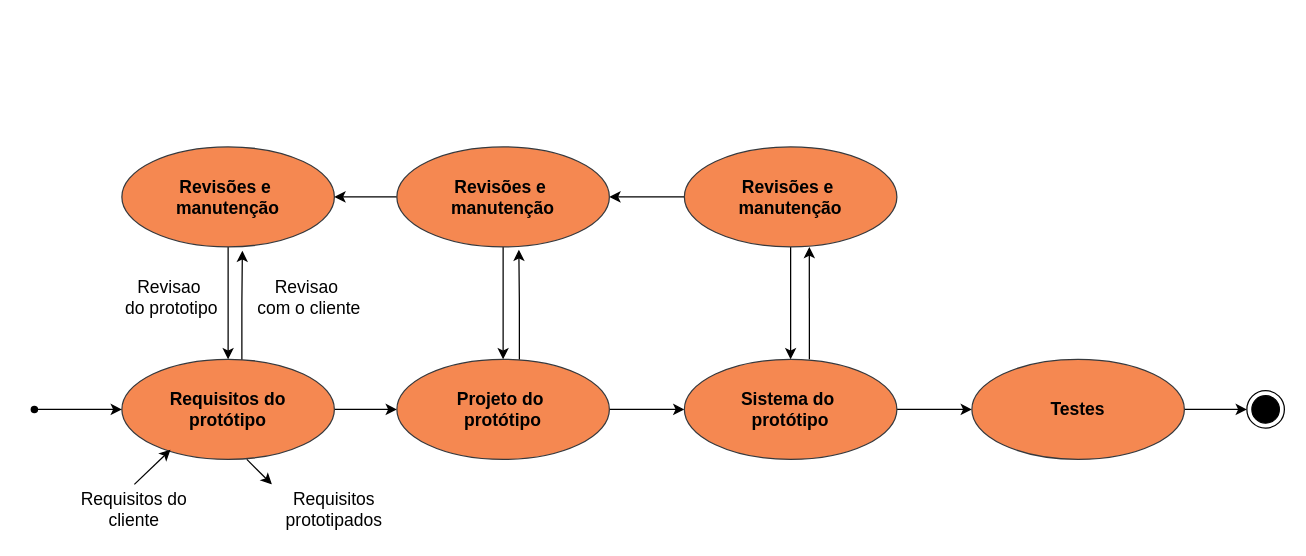
helloisasilva/Processo-de-engenharia-de-software-com-modelos-unificados- keeps this draw.io diagram as page "Subfluxo portotipacao" (4 of 7) of Processo com modelos unificados.drawio. Above is the earlier version. Source tidied: cells renumbered, new cells numbered last; positions are measured from the earlier drawing's top-left corner, leaving out a move shared by most shapes. Both pictures are drawn from the tidied source at 125%, with x=0, y=0 at pixel (21, 146).
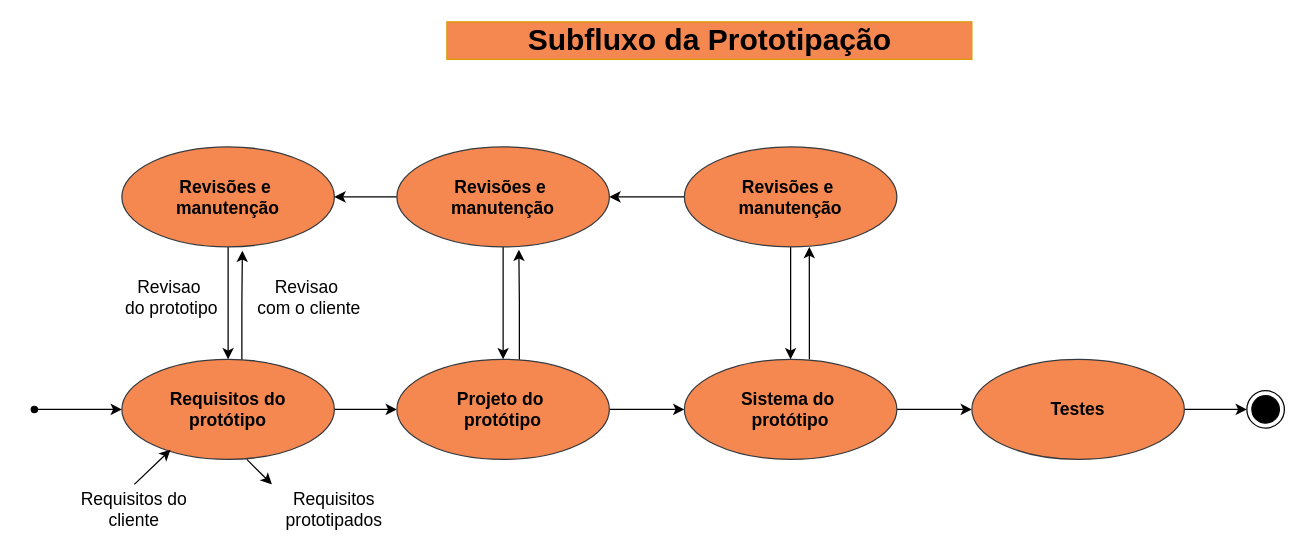
The same diagram, later.

The edit, as a diff of the source:
```diff
@@
+    <mxCell id="30" value="Subfluxo da Prototipação" style="text;strokeColor=#d79b00;fillColor=#F58851;html=1;fontSize=24;fontStyle=1;verticalAlign=middle;align=center;" parent="1" vertex="1">
+      <mxGeometry x="340" y="-100" width="420" height="30" as="geometry" />
+    </mxCell>
```
